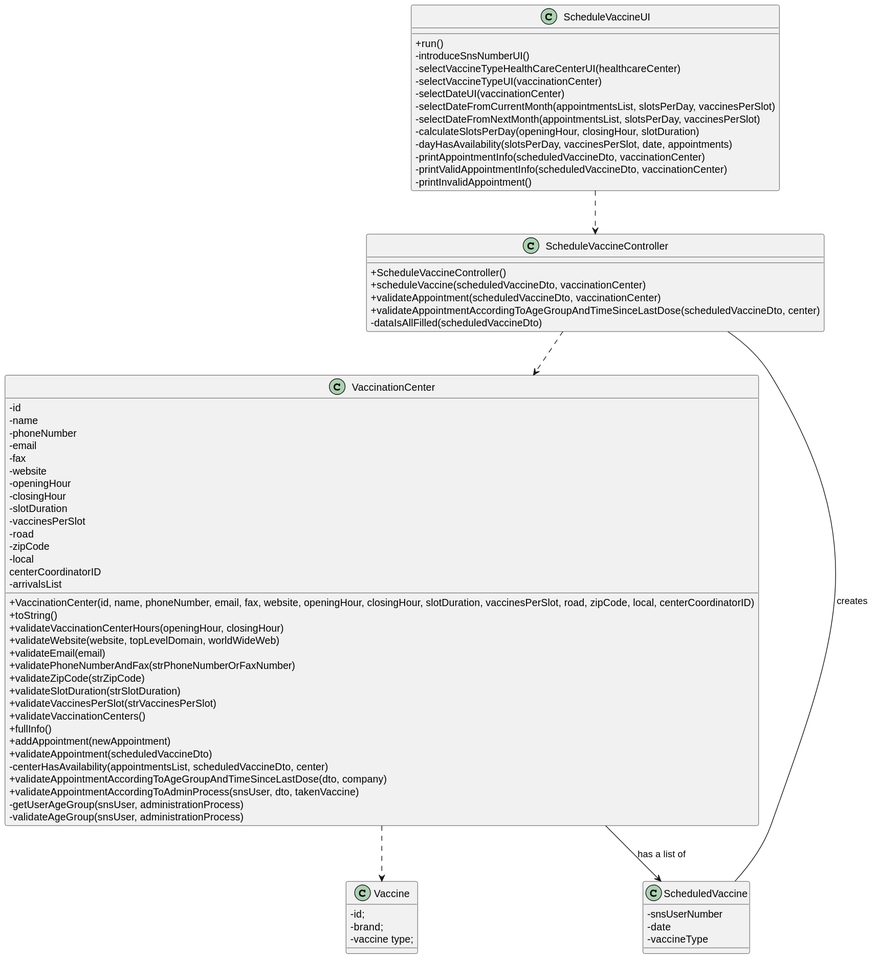
Above: docs/SprintC/US001/US001_CD.svg in Pirussa/lei-22-s2-1da-g02 (PlantUML), before the change. The source it was exported from:
```plantuml
@startuml
skinparam classAttributeIconSize 0

class ScheduleVaccineUI {
+run()
-introduceSnsNumberUI()
-selectVaccineTypeHealthCareCenterUI(healthcareCenter)
-selectVaccineTypeUI(vaccinationCenter)
-selectDateUI(vaccinationCenter)
-selectDateFromCurrentMonth(appointmentsList, slotsPerDay, vaccinesPerSlot)
-selectDateFromNextMonth(appointmentsList, slotsPerDay, vaccinesPerSlot)
-calculateSlotsPerDay(openingHour, closingHour, slotDuration)
-dayHasAvailability(slotsPerDay, vaccinesPerSlot, date, appointments)
-printAppointmentInfo(scheduledVaccineDto, vaccinationCenter)
-printValidAppointmentInfo(scheduledVaccineDto, vaccinationCenter)
-printInvalidAppointment()
}

class ScheduleVaccineController {
+ScheduleVaccineController()
+scheduleVaccine(scheduledVaccineDto, vaccinationCenter)
+validateAppointment(scheduledVaccineDto, vaccinationCenter)
+validateAppointmentAccordingToAgeGroupAndTimeSinceLastDose(scheduledVaccineDto, center)
-dataIsAllFilled(scheduledVaccineDto)
}


class VaccinationCenter {
-id
-name
-phoneNumber
-email
-fax
-website
-openingHour
-closingHour
-slotDuration
-vaccinesPerSlot
-road
-zipCode
-local
centerCoordinatorID
-arrivalsList
+VaccinationCenter(id, name, phoneNumber, email, fax, website, openingHour, closingHour, slotDuration, vaccinesPerSlot, road, zipCode, local, centerCoordinatorID)
+toString()
+validateVaccinationCenterHours(openingHour, closingHour)
+validateWebsite(website, topLevelDomain, worldWideWeb)
+validateEmail(email)
+validatePhoneNumberAndFax(strPhoneNumberOrFaxNumber)
+validateZipCode(strZipCode)
+validateSlotDuration(strSlotDuration)
+validateVaccinesPerSlot(strVaccinesPerSlot)
+validateVaccinationCenters()
+fullInfo()
+addAppointment(newAppointment)
+validateAppointment(scheduledVaccineDto)
-centerHasAvailability(appointmentsList, scheduledVaccineDto, center)
+validateAppointmentAccordingToAgeGroupAndTimeSinceLastDose(dto, company)
+validateAppointmentAccordingToAdminProcess(snsUser, dto, takenVaccine)
-getUserAgeGroup(snsUser, administrationProcess)
-validateAgeGroup(snsUser, administrationProcess)
}

class Vaccine {
-id;
-brand;
-vaccine type;
}

 class ScheduledVaccine {
 -snsUserNumber
 -date
 -vaccineType

 }

ScheduleVaccineUI ..> ScheduleVaccineController
ScheduleVaccineController ..> VaccinationCenter
ScheduleVaccineController -- ScheduledVaccine : creates
VaccinationCenter ..> Vaccine
VaccinationCenter --> ScheduledVaccine : has a list of
@enduml
```
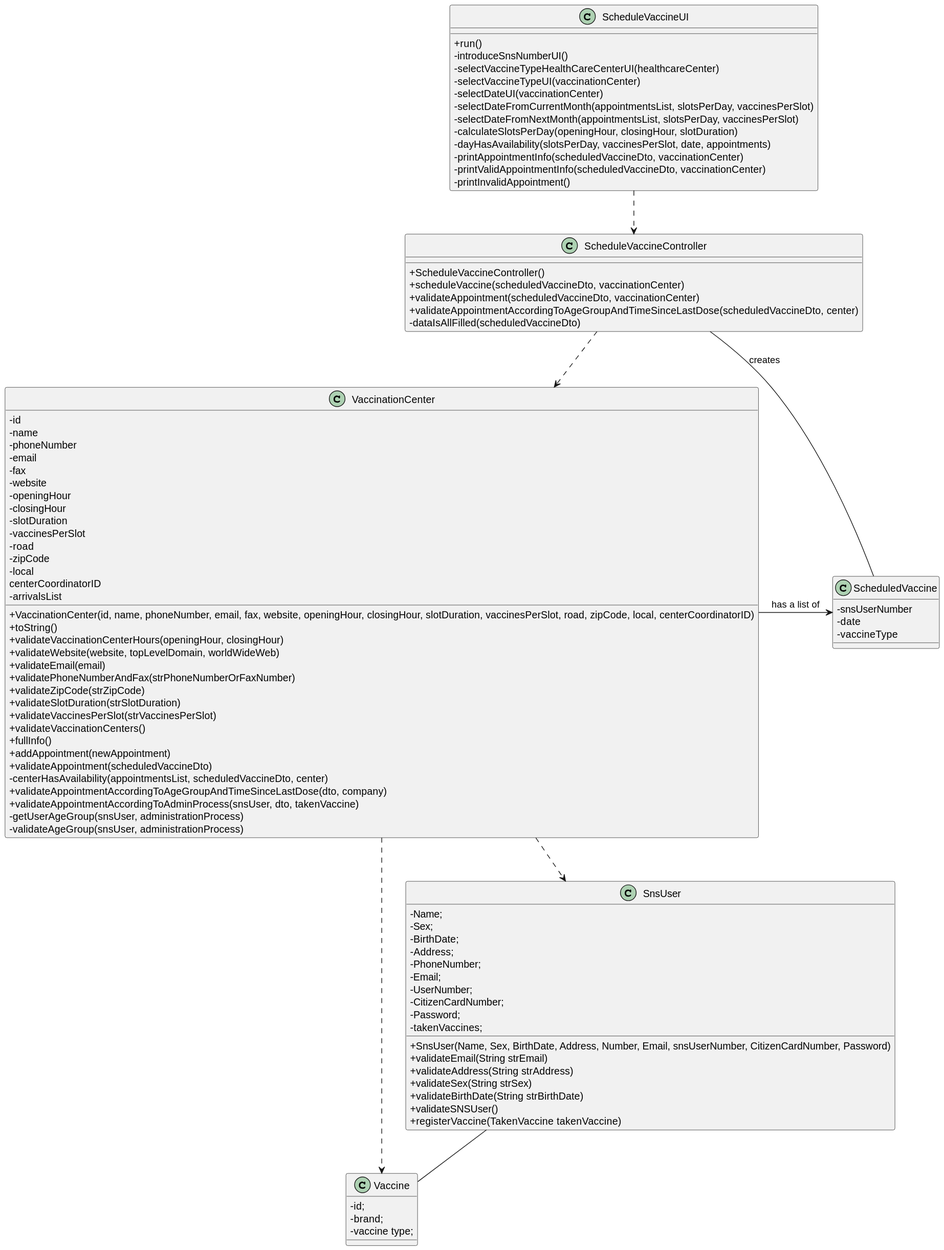
Above is the later version.

Commit message:
US001 & US002 - Design - Class Diagram to .svg. Related to the last commit.

Change to the diagram source:
```diff
@@ -71,12 +71,33 @@
  -snsUserNumber
  -date
  -vaccineType
+ }
 
- }
+class SnsUser {
+- Name;
+- Sex;
+- BirthDate;
+- Address;
+- PhoneNumber;
+- Email;
+- UserNumber;
+- CitizenCardNumber;
+- Password;
+- takenVaccines;
++ SnsUser(Name, Sex, BirthDate, Address, Number, Email, snsUserNumber, CitizenCardNumber, Password)
++ validateEmail(String strEmail)
++ validateAddress(String strAddress)
++ validateSex(String strSex)
++ validateBirthDate(String strBirthDate)
++ validateSNSUser()
++ registerVaccine(TakenVaccine takenVaccine)
+}
 
 ScheduleVaccineUI ..> ScheduleVaccineController
 ScheduleVaccineController ..> VaccinationCenter
 ScheduleVaccineController -- ScheduledVaccine : creates
 VaccinationCenter ..> Vaccine
-VaccinationCenter --> ScheduledVaccine : has a list of
+VaccinationCenter ..> SnsUser
+SnsUser -- Vaccine
+VaccinationCenter --right> ScheduledVaccine : has a list of
 @enduml
```
